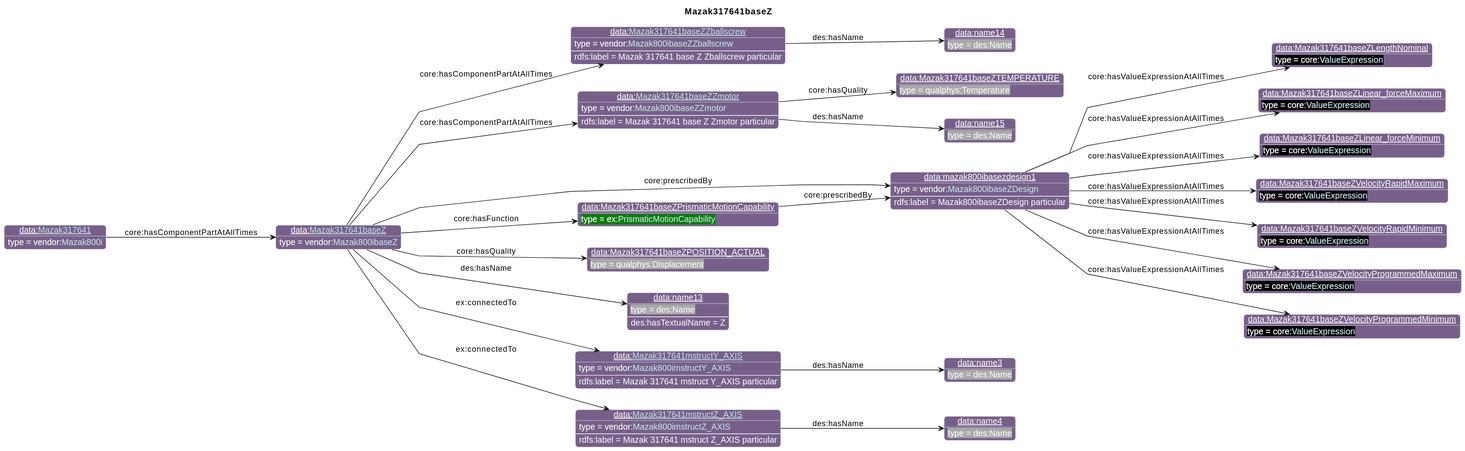
Before: diagrams/Mazak317641baseZ.svg, a diagram exported from PlantUML (iofoundry/example-syseng-mtconnect).
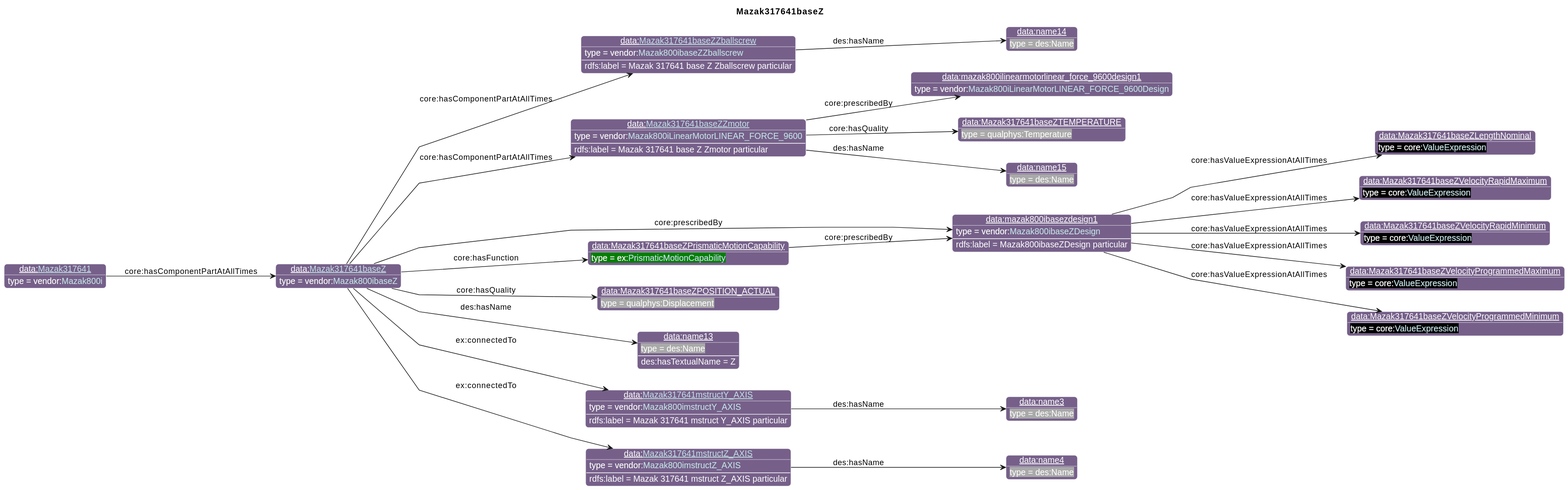
After the commit.

The edit, as a diff of the source:
```diff
@@ -28,51 +28,49 @@
 individual(o0, data:[[./Mazak317641baseZ.html Mazak317641baseZ]], vendor:[[../Mazak.html#Mazak800ibaseZ Mazak800ibaseZ]])
 individual(o1, data:[[./Mazak317641baseZZballscrew.html Mazak317641baseZZballscrew]], vendor:[[../Mazak.html#Mazak800ibaseZZballscrew Mazak800ibaseZZballscrew]])
 individual(o2, data:name14, des:Name)
-individual(o3, data:[[./Mazak317641baseZZmotor.html Mazak317641baseZZmotor]], vendor:[[../Mazak.html#Mazak800ibaseZZmotor Mazak800ibaseZZmotor]])
-individual(o4, data:Mazak317641baseZTEMPERATURE, qualphys:Temperature)
-individual(o5, data:name15, des:Name)
-individual(o6, data:mazak800ibasezdesign1, vendor:[[../Mazak.html#Mazak800ibaseZDesign Mazak800ibaseZDesign]])
-individual(o7, data:Mazak317641baseZLengthNominal, core:[[https://spec.industrialontologies.org/ontology/core/Core/ValueExpression ValueExpression]])
-individual(o8, data:Mazak317641baseZLinear_forceMaximum, core:[[https://spec.industrialontologies.org/ontology/core/Core/ValueExpression ValueExpression]])
-individual(o9, data:Mazak317641baseZLinear_forceMinimum, core:[[https://spec.industrialontologies.org/ontology/core/Core/ValueExpression ValueExpression]])
-individual(o10, data:Mazak317641baseZVelocityRapidMaximum, core:[[https://spec.industrialontologies.org/ontology/core/Core/ValueExpression ValueExpression]])
-individual(o11, data:Mazak317641baseZVelocityRapidMinimum, core:[[https://spec.industrialontologies.org/ontology/core/Core/ValueExpression ValueExpression]])
-individual(o12, data:Mazak317641baseZVelocityProgrammedMaximum, core:[[https://spec.industrialontologies.org/ontology/core/Core/ValueExpression ValueExpression]])
-individual(o13, data:Mazak317641baseZVelocityProgrammedMinimum, core:[[https://spec.industrialontologies.org/ontology/core/Core/ValueExpression ValueExpression]])
-individual(o14, data:Mazak317641baseZPrismaticMotionCapability, ex:[[../Example.html#PrismaticMotionCapability PrismaticMotionCapability]])
-individual(o15, data:Mazak317641baseZPOSITION_ACTUAL, qualphys:Displacement)
-individual(o16, data:name13, des:Name)
-individual(o17, data:[[./Mazak317641mstructY_AXIS.html Mazak317641mstructY_AXIS]], vendor:[[../Mazak.html#Mazak800imstructY_AXIS Mazak800imstructY_AXIS]])
-individual(o18, data:name3, des:Name)
-individual(o19, data:[[./Mazak317641mstructZ_AXIS.html Mazak317641mstructZ_AXIS]], vendor:[[../Mazak.html#Mazak800imstructZ_AXIS Mazak800imstructZ_AXIS]])
-individual(o20, data:name4, des:Name)
-individual(o21, data:[[./Mazak317641.html Mazak317641]], vendor:[[../Mazak.html#Mazak800i Mazak800i]])
+individual(o3, data:[[./Mazak317641baseZZmotor.html Mazak317641baseZZmotor]], vendor:[[../Mazak.html#Mazak800iLinearMotorLINEAR_FORCE_9600 Mazak800iLinearMotorLINEAR_FORCE_9600]])
+individual(o4, data:mazak800ilinearmotorlinear_force_9600design1, vendor:[[../Mazak.html#Mazak800iLinearMotorLINEAR_FORCE_9600Design Mazak800iLinearMotorLINEAR_FORCE_9600Design]])
+individual(o5, data:Mazak317641baseZTEMPERATURE, qualphys:Temperature)
+individual(o6, data:name15, des:Name)
+individual(o7, data:mazak800ibasezdesign1, vendor:[[../Mazak.html#Mazak800ibaseZDesign Mazak800ibaseZDesign]])
+individual(o8, data:Mazak317641baseZLengthNominal, core:[[https://spec.industrialontologies.org/ontology/core/Core/ValueExpression ValueExpression]])
+individual(o9, data:Mazak317641baseZVelocityRapidMaximum, core:[[https://spec.industrialontologies.org/ontology/core/Core/ValueExpression ValueExpression]])
+individual(o10, data:Mazak317641baseZVelocityRapidMinimum, core:[[https://spec.industrialontologies.org/ontology/core/Core/ValueExpression ValueExpression]])
+individual(o11, data:Mazak317641baseZVelocityProgrammedMaximum, core:[[https://spec.industrialontologies.org/ontology/core/Core/ValueExpression ValueExpression]])
+individual(o12, data:Mazak317641baseZVelocityProgrammedMinimum, core:[[https://spec.industrialontologies.org/ontology/core/Core/ValueExpression ValueExpression]])
+individual(o13, data:Mazak317641baseZPrismaticMotionCapability, ex:[[../Example.html#PrismaticMotionCapability PrismaticMotionCapability]])
+individual(o14, data:Mazak317641baseZPOSITION_ACTUAL, qualphys:Displacement)
+individual(o15, data:name13, des:Name)
+individual(o16, data:[[./Mazak317641mstructY_AXIS.html Mazak317641mstructY_AXIS]], vendor:[[../Mazak.html#Mazak800imstructY_AXIS Mazak800imstructY_AXIS]])
+individual(o17, data:name3, des:Name)
+individual(o18, data:[[./Mazak317641mstructZ_AXIS.html Mazak317641mstructZ_AXIS]], vendor:[[../Mazak.html#Mazak800imstructZ_AXIS Mazak800imstructZ_AXIS]])
+individual(o19, data:name4, des:Name)
+individual(o20, data:[[./Mazak317641.html Mazak317641]], vendor:[[../Mazak.html#Mazak800i Mazak800i]])
 property(o0, "core:hasComponentPartAtAllTimes", o1)
 data(o1, "rdfs:label", "Mazak 317641 base Z Zballscrew particular")
 property(o1, "des:hasName", o2)
 property(o0, "core:hasComponentPartAtAllTimes", o3)
 data(o3, "rdfs:label", "Mazak 317641 base Z Zmotor particular")
-property(o3, "core:hasQuality", o4)
-property(o3, "des:hasName", o5)
-property(o0, "core:prescribedBy", o6)
-data(o6, "rdfs:label", "Mazak800ibaseZDesign particular")
-property(o6, "core:hasValueExpressionAtAllTimes", o7)
-property(o6, "core:hasValueExpressionAtAllTimes", o8)
-property(o6, "core:hasValueExpressionAtAllTimes", o9)
-property(o6, "core:hasValueExpressionAtAllTimes", o10)
-property(o6, "core:hasValueExpressionAtAllTimes", o11)
-property(o6, "core:hasValueExpressionAtAllTimes", o12)
-property(o6, "core:hasValueExpressionAtAllTimes", o13)
-property(o0, "core:hasFunction", o14)
-property(o14, "core:prescribedBy", o6)
-property(o0, "core:hasQuality", o15)
-property(o0, "des:hasName", o16)
-data(o16, "des:hasTextualName", "Z")
-property(o0, "ex:connectedTo", o17)
-data(o17, "rdfs:label", "Mazak 317641 mstruct Y_AXIS particular")
-property(o17, "des:hasName", o18)
-property(o0, "ex:connectedTo", o19)
-data(o19, "rdfs:label", "Mazak 317641 mstruct Z_AXIS particular")
-property(o19, "des:hasName", o20)
-property(o21, "core:hasComponentPartAtAllTimes", o0)
+property(o3, "core:prescribedBy", o4)
+property(o3, "core:hasQuality", o5)
+property(o3, "des:hasName", o6)
+property(o0, "core:prescribedBy", o7)
+data(o7, "rdfs:label", "Mazak800ibaseZDesign particular")
+property(o7, "core:hasValueExpressionAtAllTimes", o8)
+property(o7, "core:hasValueExpressionAtAllTimes", o9)
+property(o7, "core:hasValueExpressionAtAllTimes", o10)
+property(o7, "core:hasValueExpressionAtAllTimes", o11)
+property(o7, "core:hasValueExpressionAtAllTimes", o12)
+property(o0, "core:hasFunction", o13)
+property(o13, "core:prescribedBy", o7)
+property(o0, "core:hasQuality", o14)
+property(o0, "des:hasName", o15)
+data(o15, "des:hasTextualName", "Z")
+property(o0, "ex:connectedTo", o16)
+data(o16, "rdfs:label", "Mazak 317641 mstruct Y_AXIS particular")
+property(o16, "des:hasName", o17)
+property(o0, "ex:connectedTo", o18)
+data(o18, "rdfs:label", "Mazak 317641 mstruct Z_AXIS particular")
+property(o18, "des:hasName", o19)
+property(o20, "core:hasComponentPartAtAllTimes", o0)
 @enduml
```
